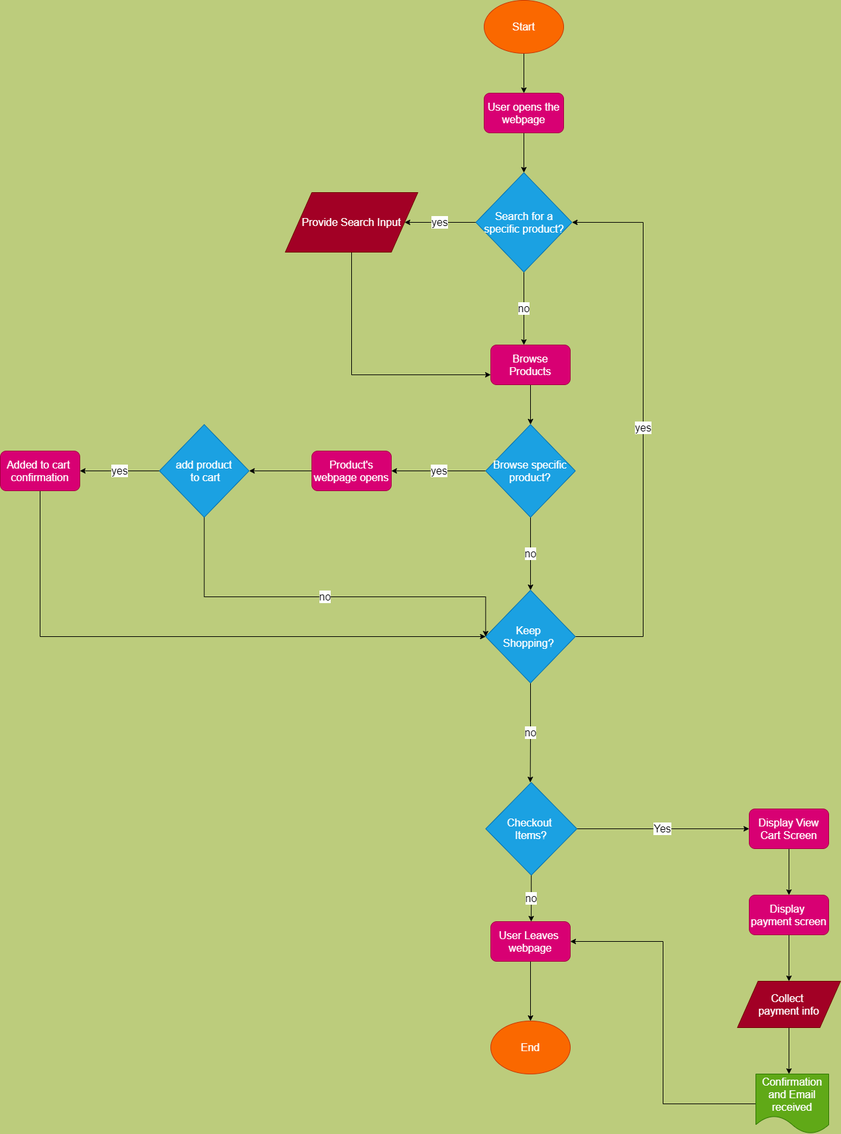
Earlier version of the draw.io export part2/part2.drawio.png (JoshuaSantillan/sp21-cse110-lab4). Source tidied: cells renumbered, new cells last; positions are measured from the earlier drawing's top-left corner, leaving out a move shared by most shapes.
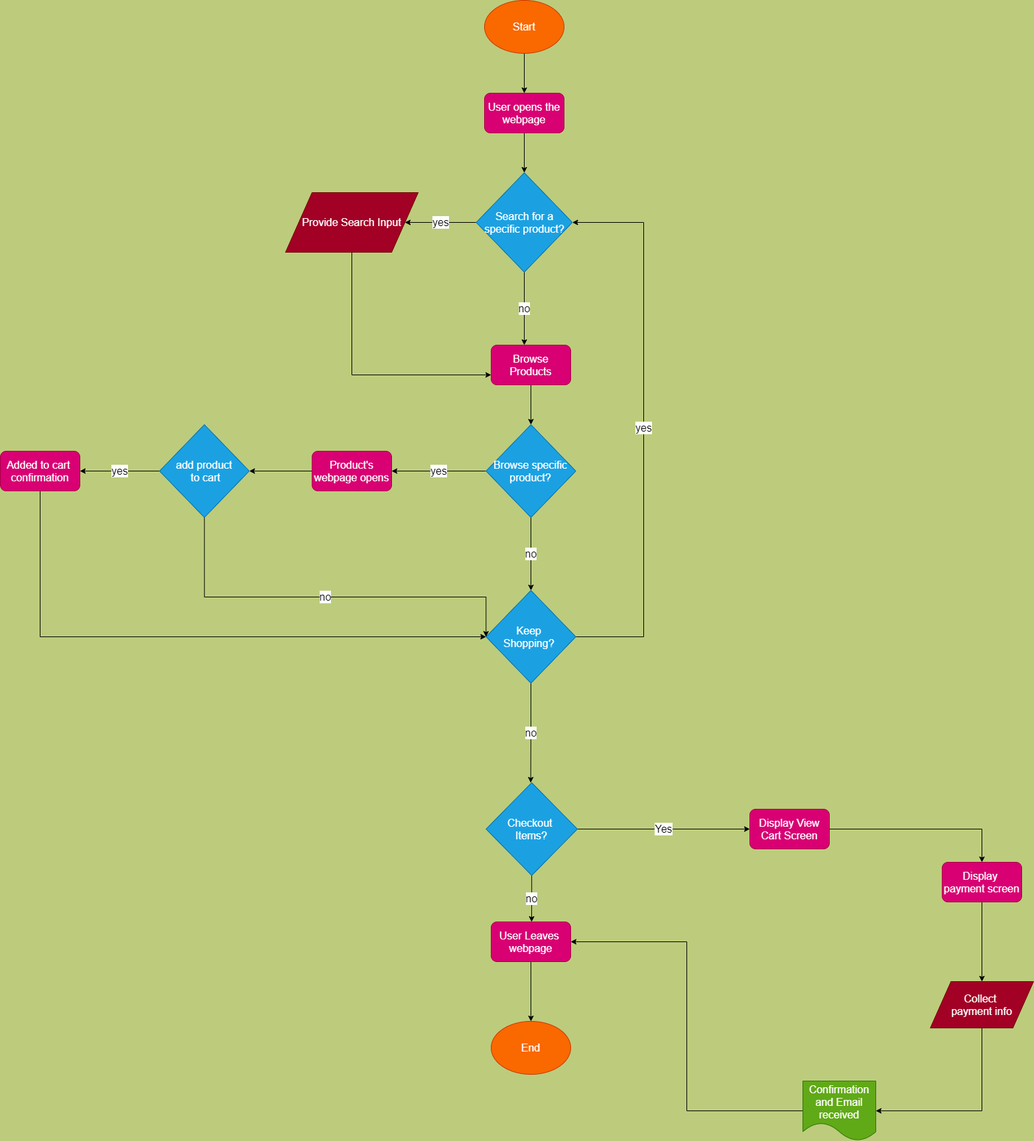
After the commit.

The edit, as a diff of the source:
```diff
@@ -119,7 +119,7 @@
     <mxCell id="31" value="&lt;font style=&quot;font-size: 16px&quot;&gt;End&lt;/font&gt;" style="ellipse;whiteSpace=wrap;html=1;fillColor=#fa6800;strokeColor=#C73500;fontColor=#ffffff;" parent="1" vertex="1">
       <mxGeometry x="740" y="1540" width="120" height="80" as="geometry" />
     </mxCell>
-    <mxCell id="32" style="edgeStyle=orthogonalEdgeStyle;rounded=0;jettySize=auto;html=1;exitX=0.5;exitY=1;exitDx=0;exitDy=0;fontSize=16;" parent="1" edge="1" source="33" target="35">
+    <mxCell id="32" style="edgeStyle=orthogonalEdgeStyle;rounded=0;jettySize=auto;html=1;exitX=1;exitY=0.5;exitDx=0;exitDy=0;fontSize=16;" parent="1" edge="1" source="33" target="35">
       <mxGeometry relative="1" as="geometry" />
     </mxCell>
     <mxCell id="33" value="&lt;font style=&quot;font-size: 16px&quot;&gt;Display View Cart&amp;nbsp;Screen&lt;br&gt;&lt;/font&gt;" style="rounded=1;whiteSpace=wrap;html=1;fillColor=#d80073;strokeColor=#A50040;fontColor=#ffffff;" parent="1" vertex="1">
@@ -129,24 +129,23 @@
       <mxGeometry relative="1" as="geometry" />
     </mxCell>
     <mxCell id="35" value="&lt;font style=&quot;font-size: 16px&quot;&gt;Display&amp;nbsp;&lt;br&gt;payment screen&lt;br&gt;&lt;/font&gt;" style="rounded=1;whiteSpace=wrap;html=1;fillColor=#d80073;strokeColor=#A50040;fontColor=#ffffff;" parent="1" vertex="1">
-      <mxGeometry x="1130" y="1350" width="120" height="60" as="geometry" />
+      <mxGeometry x="1420" y="1300" width="120" height="60" as="geometry" />
     </mxCell>
-    <mxCell id="36" style="edgeStyle=orthogonalEdgeStyle;rounded=0;jettySize=auto;html=1;exitX=0.5;exitY=1;exitDx=0;exitDy=0;fontSize=16;" parent="1" edge="1" source="37" target="39">
+    <mxCell id="36" style="edgeStyle=orthogonalEdgeStyle;rounded=0;jettySize=auto;html=1;exitX=0.5;exitY=1;exitDx=0;exitDy=0;fontSize=16;entryX=1;entryY=0.5;entryDx=0;entryDy=0;" parent="1" edge="1" source="37" target="39">
       <mxGeometry relative="1" as="geometry">
         <Array as="points">
-          <mxPoint x="1190" y="1620" />
-          <mxPoint x="1190" y="1620" />
+          <mxPoint x="1480" y="1675" />
         </Array>
       </mxGeometry>
     </mxCell>
     <mxCell id="37" value="Collect &lt;br&gt;payment info" style="shape=parallelogram;perimeter=parallelogramPerimeter;whiteSpace=wrap;html=1;dashed=0;fontSize=16;fillColor=#a20025;strokeColor=#6F0000;fontColor=#ffffff;" parent="1" vertex="1">
-      <mxGeometry x="1112.2" y="1480" width="155.6" height="70" as="geometry" />
+      <mxGeometry x="1402.2" y="1480" width="155.6" height="70" as="geometry" />
     </mxCell>
     <mxCell id="38" style="edgeStyle=orthogonalEdgeStyle;rounded=0;jettySize=auto;html=1;exitX=0;exitY=0.5;exitDx=0;exitDy=0;entryX=1;entryY=0.5;entryDx=0;entryDy=0;fontSize=16;fontColor=#99FF33;" parent="1" edge="1" source="39" target="30">
       <mxGeometry relative="1" as="geometry" />
     </mxCell>
     <mxCell id="39" value="Confirmation&lt;br&gt;and Email received" style="shape=document;whiteSpace=wrap;html=1;boundedLbl=1;dashed=0;flipH=1;fontSize=16;fillColor=#60a917;strokeColor=#2D7600;fontColor=#ffffff;" parent="1" vertex="1">
-      <mxGeometry x="1140" y="1620" width="110" height="90" as="geometry" />
+      <mxGeometry x="1210" y="1630" width="110" height="90" as="geometry" />
     </mxCell>
   </root>
 </mxGraphModel>
```
